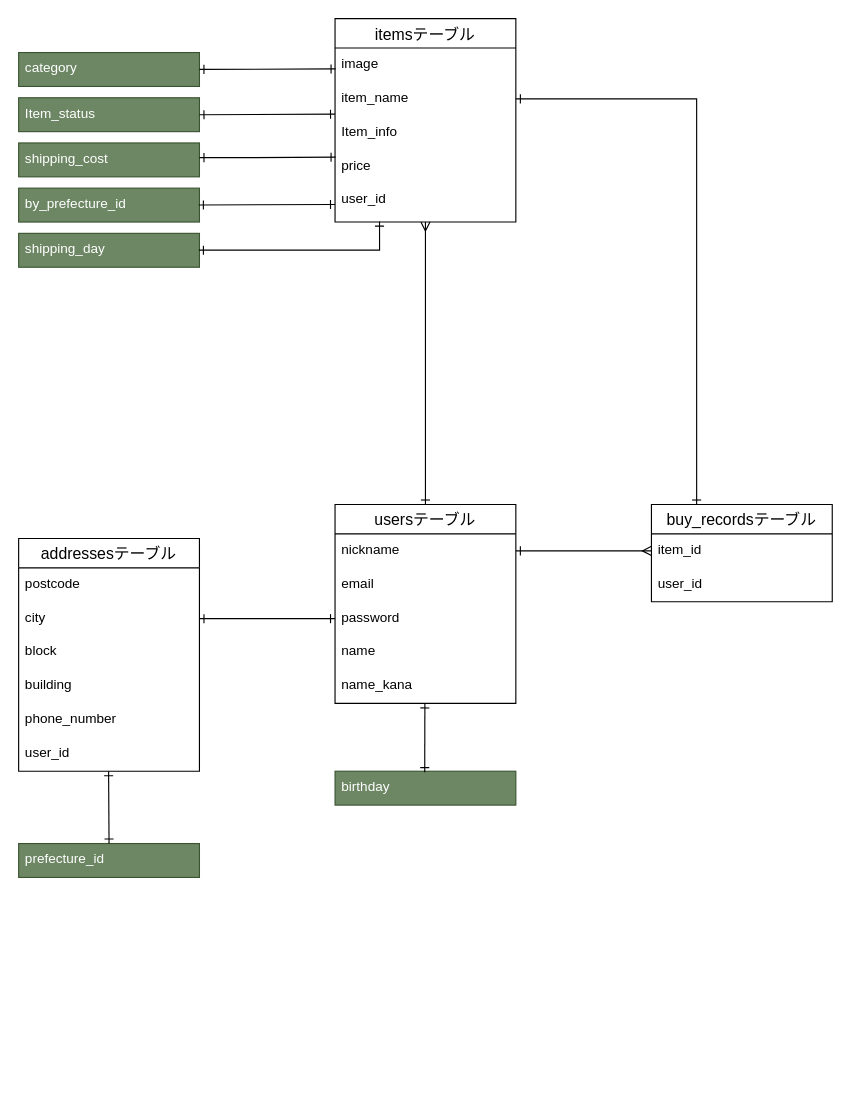
Earlier version of the draw.io diagram datebase.dio (nayuta-ichino/furima-30306). Source tidied: cells renumbered, new cells numbered last; positions are measured from the earlier drawing's top-left corner, leaving out a move shared by most shapes. Both pictures are drawn from the tidied source at 113%, with x=0, y=0 at pixel (18, 18).
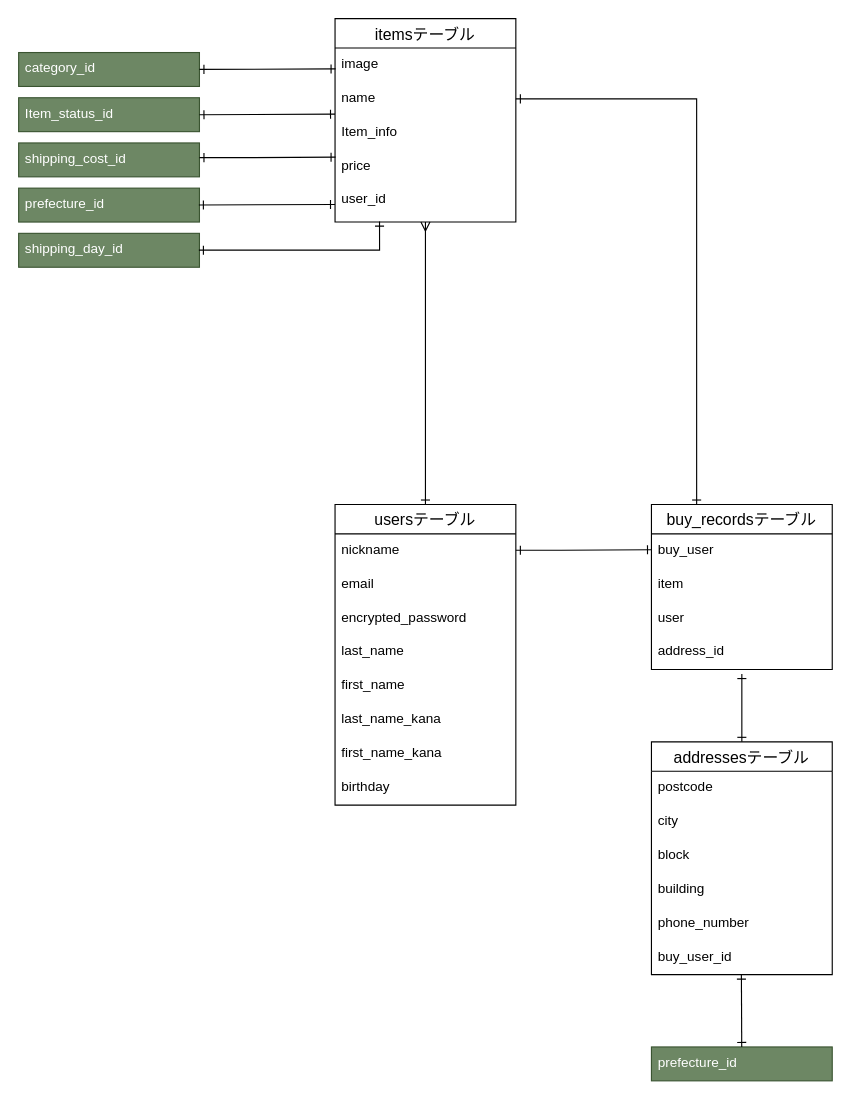
The same diagram, later.

The change refers to these unchanged cells:
```xml
<mxCell id="5" value="nickname&#10;" style="text;strokeColor=none;fillColor=none;spacingLeft=4;spacingRight=4;overflow=hidden;points=[[0,0.5],[1,0.5]];portConstraint=eastwest;fontSize=12;" parent="4" vertex="1">
  <mxGeometry y="26" width="160" height="30" as="geometry" />
</mxCell>
<mxCell id="12" value="city&#10;&#10;" style="text;strokeColor=none;fillColor=none;spacingLeft=4;spacingRight=4;overflow=hidden;points=[[0,0.5],[1,0.5]];portConstraint=eastwest;fontSize=12;" parent="10" vertex="1">
  <mxGeometry y="56" width="160" height="30" as="geometry" />
</mxCell>
<mxCell id="20" value="itemsテーブル" style="swimlane;fontStyle=0;horizontal=1;startSize=26;align=center;fontSize=14;" parent="1" vertex="1">
  <mxGeometry x="280" width="160" height="180" as="geometry" />
</mxCell>
<mxCell id="25" value="user_id" style="text;strokeColor=none;fillColor=none;spacingLeft=4;spacingRight=4;overflow=hidden;points=[[0,0.5],[1,0.5]];portConstraint=eastwest;fontSize=12;" parent="20" vertex="1">
  <mxGeometry y="146" width="160" height="34" as="geometry" />
</mxCell>
```

What changed in the source:
```diff
@@
-    <mxCell id="2" value="birthday&#10;" style="text;strokeColor=#3A5431;fillColor=#6d8764;spacingLeft=4;spacingRight=4;overflow=hidden;points=[[0,0.5],[1,0.5]];portConstraint=eastwest;fontSize=12;fontStyle=0;fontColor=#ffffff;" parent="1" vertex="1">
-      <mxGeometry x="280" y="666" width="160" height="30" as="geometry" />
-    </mxCell>
     <mxCell id="3" style="rounded=0;jettySize=auto;html=1;exitX=0.5;exitY=0;exitDx=0;exitDy=0;entryX=0.5;entryY=1;entryDx=0;entryDy=0;entryPerimeter=0;strokeWidth=1;endArrow=ERmany;endFill=0;startArrow=ERone;startFill=0;" parent="1" edge="1" source="4" target="25">
-      <mxGeometry relative="1" as="geometry" />
+      <mxGeometry relative="1" as="geometry">
+        <Array as="points">
+          <mxPoint x="360" y="240" />
+        </Array>
+      </mxGeometry>
     </mxCell>
     <mxCell id="4" value="usersテーブル" style="swimlane;fontStyle=0;horizontal=1;startSize=26;align=center;fontSize=14;" parent="1" vertex="1">
-      <mxGeometry x="280" y="430" width="160" height="176" as="geometry" />
+      <mxGeometry x="280" y="430" width="160" height="266" as="geometry" />
     </mxCell>
@@
-    <mxCell id="7" value="password" style="text;strokeColor=none;fillColor=none;spacingLeft=4;spacingRight=4;overflow=hidden;points=[[0,0.5],[1,0.5]];portConstraint=eastwest;fontSize=12;" parent="4" vertex="1">
+    <mxCell id="7" value="encrypted_password" style="text;strokeColor=none;fillColor=none;spacingLeft=4;spacingRight=4;overflow=hidden;points=[[0,0.5],[1,0.5]];portConstraint=eastwest;fontSize=12;" parent="4" vertex="1">
       <mxGeometry y="86" width="160" height="30" as="geometry" />
     </mxCell>
-    <mxCell id="8" value="name" style="text;strokeColor=none;fillColor=none;spacingLeft=4;spacingRight=4;overflow=hidden;fontSize=12;" parent="4" vertex="1">
+    <mxCell id="8" value="last_name" style="text;strokeColor=none;fillColor=none;spacingLeft=4;spacingRight=4;overflow=hidden;fontSize=12;" parent="4" vertex="1">
       <mxGeometry y="116" width="160" height="30" as="geometry" />
     </mxCell>
+    <mxCell id="42" value="first_name" style="text;strokeColor=none;fillColor=none;spacingLeft=4;spacingRight=4;overflow=hidden;fontSize=12;" parent="4" vertex="1">
+      <mxGeometry y="146" width="160" height="30" as="geometry" />
+    </mxCell>
-    <mxCell id="9" value="name_kana" style="text;strokeColor=none;fillColor=none;spacingLeft=4;spacingRight=4;overflow=hidden;fontSize=12;" parent="4" vertex="1">
-      <mxGeometry y="146" width="160" height="30" as="geometry" />
+    <mxCell id="9" value="last_name_kana" style="text;strokeColor=none;fillColor=none;spacingLeft=4;spacingRight=4;overflow=hidden;fontSize=12;" parent="4" vertex="1">
+      <mxGeometry y="176" width="160" height="30" as="geometry" />
     </mxCell>
+    <mxCell id="43" value="first_name_kana" style="text;strokeColor=none;fillColor=none;spacingLeft=4;spacingRight=4;overflow=hidden;fontSize=12;" parent="4" vertex="1">
+      <mxGeometry y="206" width="160" height="30" as="geometry" />
+    </mxCell>
+    <mxCell id="2" value="birthday" style="text;strokeColor=none;fillColor=none;spacingLeft=4;spacingRight=4;overflow=hidden;points=[[0,0.5],[1,0.5]];portConstraint=eastwest;fontSize=12;" parent="4" vertex="1">
+      <mxGeometry y="236" width="160" height="30" as="geometry" />
+    </mxCell>
     <mxCell id="10" value="addressesテーブル" style="swimlane;fontStyle=0;horizontal=1;startSize=26;align=center;fontSize=14;" parent="1" vertex="1">
-      <mxGeometry y="460" width="160" height="206" as="geometry" />
+      <mxGeometry x="560" y="640" width="160" height="206" as="geometry" />
     </mxCell>
@@
-    <mxCell id="16" value="user_id" style="text;strokeColor=none;fillColor=none;spacingLeft=4;spacingRight=4;overflow=hidden;fontSize=12;" parent="10" vertex="1">
+    <mxCell id="16" value="buy_user_id" style="text;strokeColor=none;fillColor=none;spacingLeft=4;spacingRight=4;overflow=hidden;fontSize=12;" parent="10" vertex="1">
       <mxGeometry y="176" width="160" height="30" as="geometry" />
     </mxCell>
     <mxCell id="17" value="buy_recordsテーブル" style="swimlane;fontStyle=0;horizontal=1;startSize=26;align=center;fontSize=14;" parent="1" vertex="1">
-      <mxGeometry x="560" y="430" width="160" height="86" as="geometry" />
+      <mxGeometry x="560" y="430" width="160" height="146" as="geometry" />
     </mxCell>
-    <mxCell id="18" value="item_id" style="text;strokeColor=none;fillColor=none;spacingLeft=4;spacingRight=4;overflow=hidden;points=[[0,0.5],[1,0.5]];portConstraint=eastwest;fontSize=12;" parent="17" vertex="1">
+    <mxCell id="18" value="buy_user" style="text;strokeColor=none;fillColor=none;spacingLeft=4;spacingRight=4;overflow=hidden;points=[[0,0.5],[1,0.5]];portConstraint=eastwest;fontSize=12;" parent="17" vertex="1">
       <mxGeometry y="26" width="160" height="30" as="geometry" />
     </mxCell>
+    <mxCell id="44" value="item" style="text;strokeColor=none;fillColor=none;spacingLeft=4;spacingRight=4;overflow=hidden;fontSize=12;" parent="17" vertex="1">
+      <mxGeometry y="56" width="160" height="30" as="geometry" />
+    </mxCell>
-    <mxCell id="19" value="user_id" style="text;strokeColor=none;fillColor=none;spacingLeft=4;spacingRight=4;overflow=hidden;fontSize=12;" parent="17" vertex="1">
-      <mxGeometry y="56" width="160" height="30" as="geometry" />
+    <mxCell id="19" value="user" style="text;strokeColor=none;fillColor=none;spacingLeft=4;spacingRight=4;overflow=hidden;fontSize=12;" parent="17" vertex="1">
+      <mxGeometry y="86" width="160" height="30" as="geometry" />
     </mxCell>
+    <mxCell id="45" value="address_id" style="text;strokeColor=none;fillColor=none;spacingLeft=4;spacingRight=4;overflow=hidden;fontSize=12;" parent="17" vertex="1">
+      <mxGeometry y="116" width="160" height="30" as="geometry" />
+    </mxCell>
@@
-    <mxCell id="22" value="item_name" style="text;strokeColor=none;fillColor=none;spacingLeft=4;spacingRight=4;overflow=hidden;points=[[0,0.5],[1,0.5]];portConstraint=eastwest;fontSize=12;" parent="20" vertex="1">
+    <mxCell id="22" value="name" style="text;strokeColor=none;fillColor=none;spacingLeft=4;spacingRight=4;overflow=hidden;points=[[0,0.5],[1,0.5]];portConstraint=eastwest;fontSize=12;" parent="20" vertex="1">
       <mxGeometry y="56" width="160" height="30" as="geometry" />
     </mxCell>
@@
-    <mxCell id="26" style="edgeStyle=none;rounded=0;jettySize=auto;html=1;exitX=0;exitY=0.5;exitDx=0;exitDy=0;entryX=1;entryY=0.5;entryDx=0;entryDy=0;startArrow=ERone;startFill=0;endArrow=ERone;endFill=0;strokeWidth=1;" parent="1" edge="1" source="7" target="12">
-      <mxGeometry relative="1" as="geometry" />
-    </mxCell>
-    <mxCell id="27" style="edgeStyle=none;rounded=0;jettySize=auto;html=1;exitX=1;exitY=0.5;exitDx=0;exitDy=0;entryX=0;entryY=0.5;entryDx=0;entryDy=0;startArrow=ERone;startFill=0;endArrow=ERmany;endFill=0;strokeWidth=1;" parent="1" edge="1" source="5" target="18">
-      <mxGeometry relative="1" as="geometry" />
-    </mxCell>
@@
-    <mxCell id="29" value="category" style="text;strokeColor=#3A5431;fillColor=#6d8764;spacingLeft=4;spacingRight=4;overflow=hidden;fontSize=12;fontColor=#ffffff;" parent="1" vertex="1">
+    <mxCell id="29" value="category_id" style="text;strokeColor=#3A5431;fillColor=#6d8764;spacingLeft=4;spacingRight=4;overflow=hidden;fontSize=12;fontColor=#ffffff;" parent="1" vertex="1">
       <mxGeometry y="30" width="160" height="30" as="geometry" />
     </mxCell>
-    <mxCell id="30" value="Item_status" style="text;strokeColor=#3A5431;fillColor=#6d8764;spacingLeft=4;spacingRight=4;overflow=hidden;fontSize=12;fontColor=#ffffff;" parent="1" vertex="1">
+    <mxCell id="30" value="Item_status_id" style="text;strokeColor=#3A5431;fillColor=#6d8764;spacingLeft=4;spacingRight=4;overflow=hidden;fontSize=12;fontColor=#ffffff;" parent="1" vertex="1">
       <mxGeometry y="70" width="160" height="30" as="geometry" />
     </mxCell>
-    <mxCell id="31" value="shipping_cost" style="text;strokeColor=#3A5431;fillColor=#6d8764;spacingLeft=4;spacingRight=4;overflow=hidden;fontSize=12;fontColor=#ffffff;" parent="1" vertex="1">
+    <mxCell id="31" value="shipping_cost_id" style="text;strokeColor=#3A5431;fillColor=#6d8764;spacingLeft=4;spacingRight=4;overflow=hidden;fontSize=12;fontColor=#ffffff;" parent="1" vertex="1">
       <mxGeometry y="110" width="160" height="30" as="geometry" />
     </mxCell>
-    <mxCell id="32" value="by_prefecture_id" style="text;strokeColor=#3A5431;fillColor=#6d8764;spacingLeft=4;spacingRight=4;overflow=hidden;fontSize=12;fontColor=#ffffff;" parent="1" vertex="1">
+    <mxCell id="32" value="prefecture_id" style="text;strokeColor=#3A5431;fillColor=#6d8764;spacingLeft=4;spacingRight=4;overflow=hidden;fontSize=12;fontColor=#ffffff;" parent="1" vertex="1">
       <mxGeometry y="150" width="160" height="30" as="geometry" />
     </mxCell>
-    <mxCell id="33" value="shipping_day" style="text;strokeColor=#3A5431;fillColor=#6d8764;spacingLeft=4;spacingRight=4;overflow=hidden;fontSize=12;fontColor=#ffffff;" parent="1" vertex="1">
+    <mxCell id="33" value="shipping_day_id" style="text;strokeColor=#3A5431;fillColor=#6d8764;spacingLeft=4;spacingRight=4;overflow=hidden;fontSize=12;fontColor=#ffffff;" parent="1" vertex="1">
       <mxGeometry y="190" width="160" height="30" as="geometry" />
     </mxCell>
     <mxCell id="34" value="prefecture_id" style="text;fillColor=#6d8764;spacingLeft=4;spacingRight=4;overflow=hidden;fontSize=12;strokeColor=#3A5431;fontColor=#ffffff;" parent="1" vertex="1">
-      <mxGeometry y="730" width="160" height="30" as="geometry" />
+      <mxGeometry x="560" y="910" width="160" height="30" as="geometry" />
     </mxCell>
@@
-    <mxCell id="40" style="rounded=0;jettySize=auto;html=1;strokeWidth=1;endArrow=ERone;endFill=0;startArrow=ERone;startFill=0;exitX=0.496;exitY=0.027;exitDx=0;exitDy=0;exitPerimeter=0;" parent="1" edge="1" source="2">
-      <mxGeometry relative="1" as="geometry">
-        <mxPoint x="359.5" y="606" as="targetPoint" />
-      </mxGeometry>
-    </mxCell>
     <mxCell id="41" style="rounded=0;orthogonalLoop=1;jettySize=auto;html=1;strokeWidth=1;endArrow=ERone;endFill=0;startArrow=ERone;startFill=0;" parent="1" edge="1">
       <mxGeometry relative="1" as="geometry">
-        <mxPoint x="80" y="730" as="sourcePoint" />
-        <mxPoint x="79.6" y="666" as="targetPoint" />
+        <mxPoint x="639.9" y="910" as="sourcePoint" />
+        <mxPoint x="639.6" y="846" as="targetPoint" />
       </mxGeometry>
     </mxCell>
+    <mxCell id="46" style="rounded=0;orthogonalLoop=1;jettySize=auto;html=1;strokeWidth=1;endArrow=ERone;endFill=0;startArrow=ERone;startFill=0;" parent="1" edge="1">
+      <mxGeometry relative="1" as="geometry">
+        <mxPoint x="640" y="640" as="sourcePoint" />
+        <mxPoint x="640" y="580" as="targetPoint" />
+      </mxGeometry>
+    </mxCell>
+    <mxCell id="47" style="rounded=0;orthogonalLoop=1;jettySize=auto;html=1;strokeWidth=1;endArrow=ERone;endFill=0;startArrow=ERone;startFill=0;entryX=0.003;entryY=0.22;entryDx=0;entryDy=0;entryPerimeter=0;" parent="1" edge="1">
+      <mxGeometry relative="1" as="geometry">
+        <mxPoint x="440" y="470.4" as="sourcePoint" />
+        <mxPoint x="560.5" y="470" as="targetPoint" />
+        <Array as="points">
+          <mxPoint x="480" y="470.4" />
+        </Array>
+      </mxGeometry>
+    </mxCell>
```
